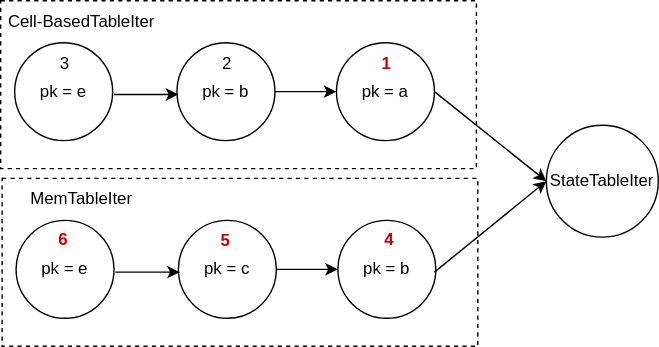
This is docs/images/relational-table-layer/relational-table-02.svg from risingwavelabs/risingwave, a draw.io export, as it was before one commit. Source tidied: cells renumbered, new cells last; positions are measured from the earlier drawing's top-left corner, leaving out a move shared by most shapes.
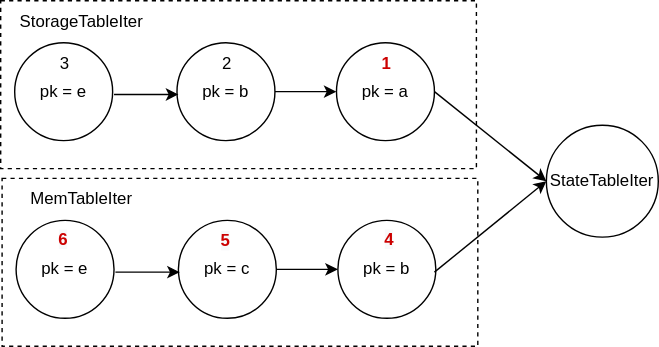
Later version of the same file.

Commit message:
update docs: rename cell-based table to storage table

Diff of the diagram source:
```diff
@@ -78,7 +78,7 @@
     <mxCell id="23" value="&lt;span style=&quot;font-family: Helvetica; font-size: 12px; font-style: normal; font-variant-ligatures: normal; font-variant-caps: normal; letter-spacing: normal; orphans: 2; text-align: center; text-indent: 0px; text-transform: none; widows: 2; word-spacing: 0px; -webkit-text-stroke-width: 0px; background-color: rgb(248, 249, 250); text-decoration-thickness: initial; text-decoration-style: initial; text-decoration-color: initial; float: none; display: inline !important;&quot;&gt;&lt;b style=&quot;&quot;&gt;&lt;font color=&quot;#cc0000&quot;&gt;6&lt;/font&gt;&lt;/b&gt;&lt;/span&gt;" style="text;html=1;strokeColor=none;fillColor=none;align=center;verticalAlign=middle;whiteSpace=wrap;rounded=0;dashed=1;" parent="1" vertex="1">
       <mxGeometry x="15" y="156" width="60" height="30" as="geometry" />
     </mxCell>
-    <mxCell id="24" value="Cell-BasedTableIter" style="text;html=1;strokeColor=none;fillColor=none;align=center;verticalAlign=middle;whiteSpace=wrap;rounded=0;dashed=1;" parent="1" vertex="1">
+    <mxCell id="24" value="StorageTableIter" style="text;html=1;strokeColor=none;fillColor=none;align=center;verticalAlign=middle;whiteSpace=wrap;rounded=0;dashed=1;" parent="1" vertex="1">
       <mxGeometry x="1" width="114" height="30" as="geometry" />
     </mxCell>
   </root>
```
